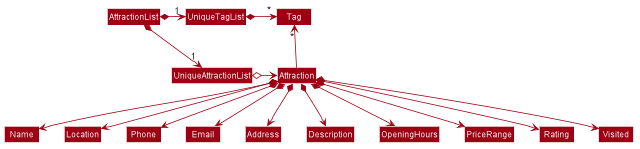
Above: docs/images/BetterModelClassDiagram.png in yuxuanxc/tp (PlantUML), before the change.
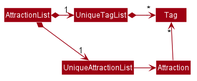
After the commit.

Commit message:
Update ModelClassDiagram and BetterModelClassDiagram

What changed in the source:
```diff
@@ -57,18 +57,8 @@
 UniqueTagList -[hidden]down- UniqueAttractionList
 
 UniqueTagList *-right-> "*" Tag
-UniqueAttractionList o-right-> Attraction
+UniqueAttractionList -right-> Attraction
 
 Attraction -up-> "*" Tag
 
-Attraction *--> Name
-Attraction *--> Location
-Attraction *--> Phone
-Attraction *--> Email
-Attraction *--> Address
-Attraction *--> Description
-Attraction *--> OpeningHours
-Attraction *--> PriceRange
-Attraction *--> Rating
-Attraction *--> Visited
 @enduml
```
